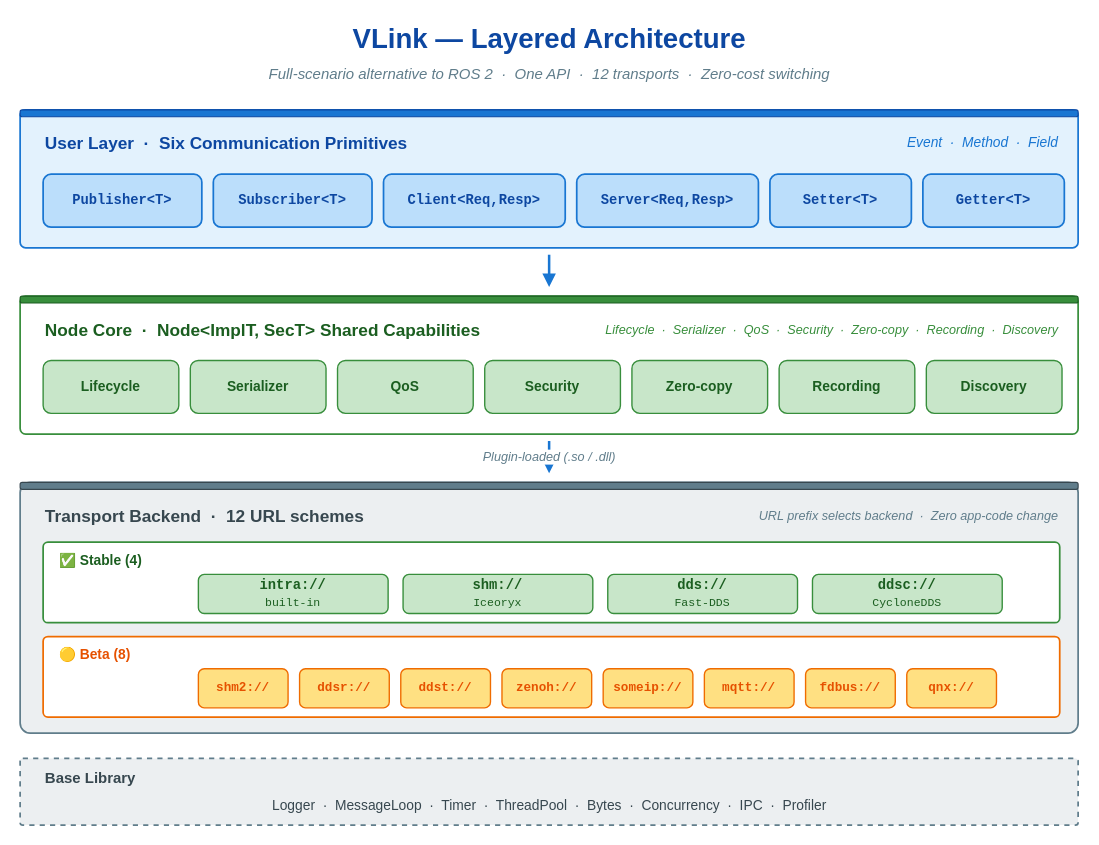
This is doc/images/readme-architecture.drawio from thun-res/vlink, a draw.io file, before an edit. Source tidied: cells renumbered, new cells numbered last; positions are measured from the earlier drawing's top-left corner, leaving out a move shared by most shapes. Both pictures are drawn from the tidied source at 115%, with x=0, y=0 at pixel (20, 20).
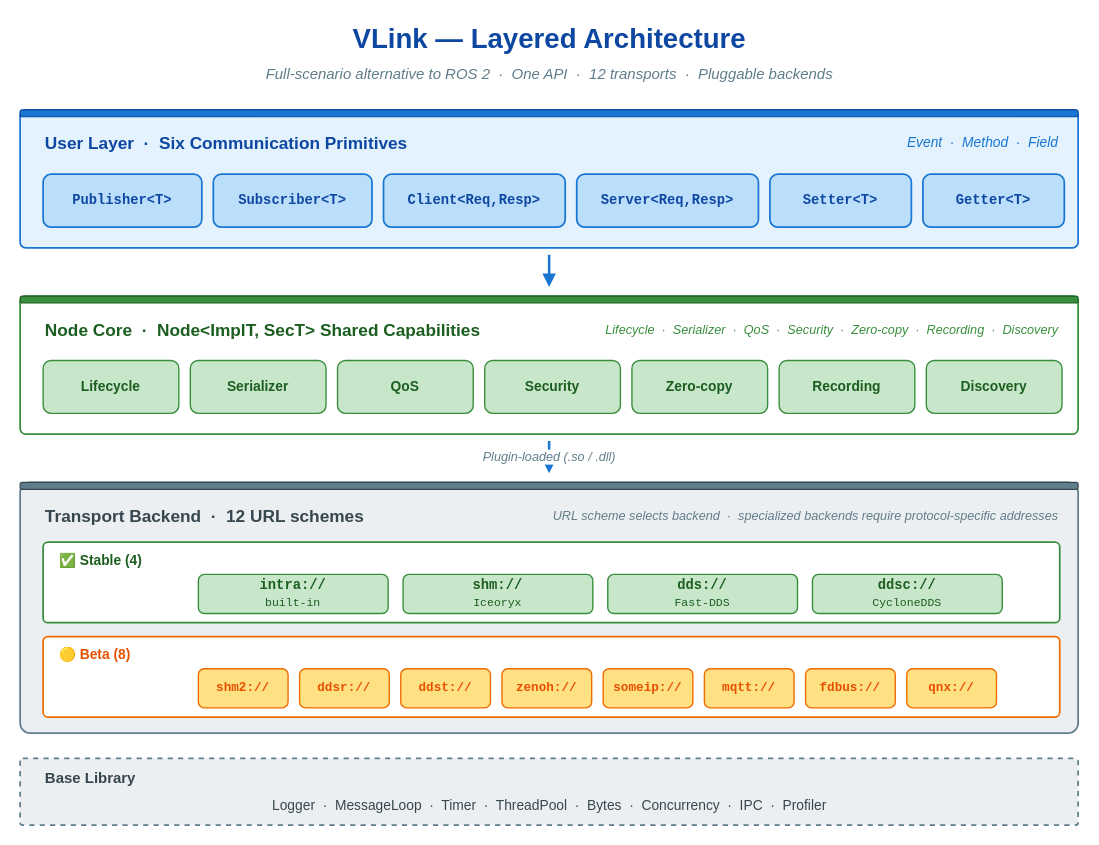
The same page after the edit.

What changed in the source:
```diff
@@
-    <mxCell id="3" value="Full-scenario alternative to ROS 2  ·  One API  ·  12 transports  ·  Zero-cost switching" style="text;html=1;align=center;verticalAlign=middle;strokeColor=none;fillColor=none;fontFamily=Helvetica;fontSize=13;fontStyle=2;fontColor=#607d8b;shadow=0;" parent="1" vertex="1">
+    <mxCell id="3" value="Full-scenario alternative to ROS 2  ·  One API  ·  12 transports  ·  Pluggable backends" style="text;html=1;align=center;verticalAlign=middle;strokeColor=none;fillColor=none;fontFamily=Helvetica;fontSize=13;fontStyle=2;fontColor=#607d8b;shadow=0;" parent="1" vertex="1">
       <mxGeometry y="36" width="920" height="22" as="geometry" />
     </mxCell>
@@
-    <mxCell id="30" value="URL prefix selects backend  ·  Zero app-code change" style="text;html=1;align=right;verticalAlign=middle;strokeColor=none;fillColor=none;fontFamily=Helvetica;fontSize=11;fontStyle=2;fontColor=#607d8b;shadow=0;" parent="1" vertex="1">
+    <mxCell id="30" value="URL scheme selects backend  ·  specialized backends require protocol-specific addresses" style="text;html=1;align=right;verticalAlign=middle;strokeColor=none;fillColor=none;fontFamily=Helvetica;fontSize=11;fontStyle=2;fontColor=#607d8b;shadow=0;" parent="1" vertex="1">
       <mxGeometry x="460" y="420" width="444" height="22" as="geometry" />
     </mxCell>
```
